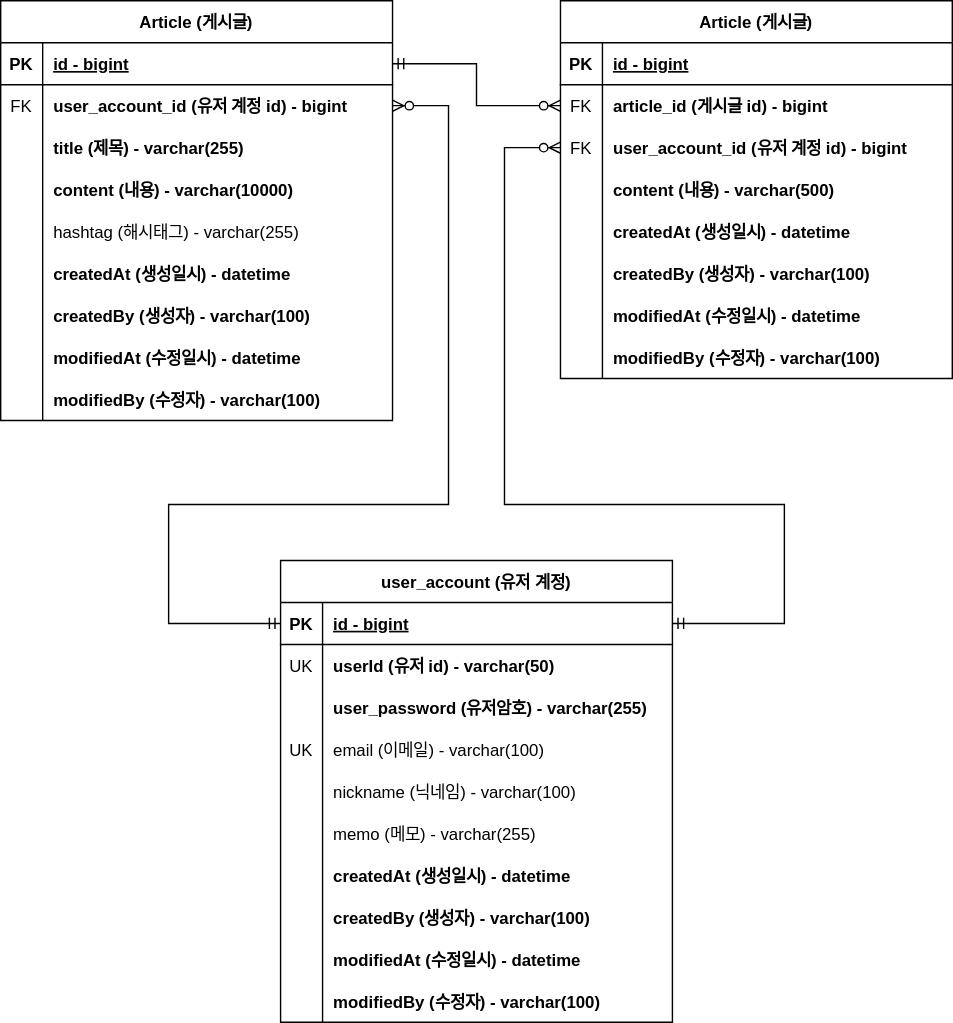
Before: document/project-board-erd.svg, a diagram exported from draw.io (cpwoo/ProjectBoard). Source tidied: cells renumbered, new cells last; positions are measured from the earlier drawing's top-left corner, leaving out a move shared by most shapes.
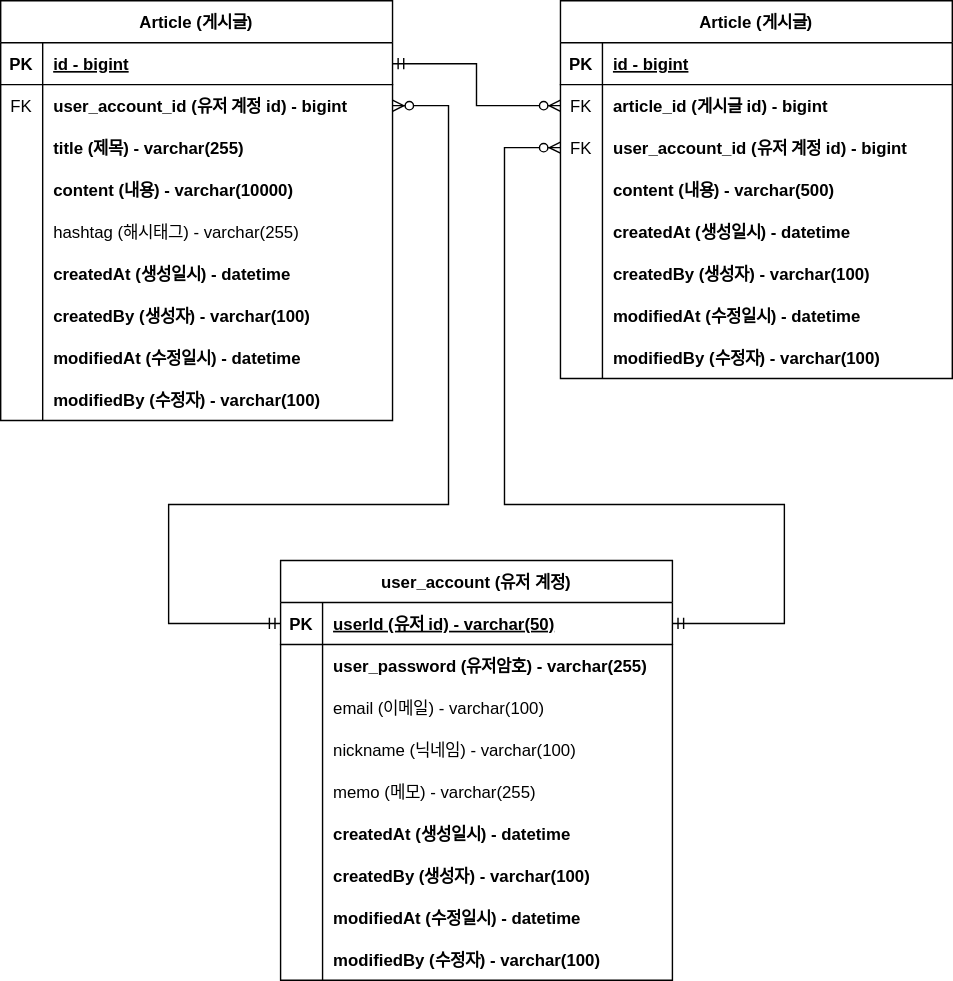
After the change.

Commit message:
#37 - ERD 문서 수정: 회원 계정 user_id 를 PK 로 변경

What changed in the source:
```diff
@@ -162,7 +162,7 @@
       <mxGeometry x="30" width="250" height="30" as="geometry" />
     </mxCell>
     <mxCell id="55" value="user_account (유저 계정)" style="shape=table;startSize=30;rowLines=0;fontStyle=1;align=center;" parent="1" vertex="1">
-      <mxGeometry x="200" y="400" width="280" height="330" as="geometry" />
+      <mxGeometry x="200" y="400" width="280" height="300" as="geometry" />
     </mxCell>
     <mxCell id="56" style="shape=tableRow;horizontal=0;startSize=0;swimlaneHead=0;swimlaneBody=0;fillColor=none;points=[[0,0.5],[1,0.5]];portConstraint=eastwest;top=0;left=0;right=0;bottom=1;" parent="55" vertex="1">
       <mxGeometry y="30" width="280" height="30" as="geometry" />
@@ -170,20 +170,11 @@
     <mxCell id="57" value="PK" style="shape=partialRectangle;fillColor=none;top=0;left=0;bottom=0;right=0;fontStyle=1;overflow=hidden;" parent="56" vertex="1">
       <mxGeometry width="30" height="30" as="geometry" />
     </mxCell>
-    <mxCell id="58" value="id - bigint" style="shape=partialRectangle;fillColor=none;top=0;left=0;bottom=0;right=0;align=left;spacingLeft=6;fontStyle=5;overflow=hidden;" parent="56" vertex="1">
+    <mxCell id="58" value="userId (유저 id) - varchar(50)" style="shape=partialRectangle;fillColor=none;top=0;left=0;bottom=0;right=0;align=left;spacingLeft=6;fontStyle=5;overflow=hidden;" parent="56" vertex="1">
       <mxGeometry x="30" width="250" height="30" as="geometry" />
     </mxCell>
-    <mxCell id="59" style="shape=tableRow;horizontal=0;startSize=0;swimlaneHead=0;swimlaneBody=0;fillColor=none;top=0;left=0;right=0;bottom=0;" parent="55" vertex="1">
-      <mxGeometry y="60" width="280" height="30" as="geometry" />
-    </mxCell>
-    <mxCell id="60" value="UK" style="shape=partialRectangle;fillColor=none;top=0;left=0;bottom=0;right=0;overflow=hidden;" parent="59" vertex="1">
-      <mxGeometry width="30" height="30" as="geometry" />
-    </mxCell>
-    <mxCell id="61" value="userId (유저 id) - varchar(50)" style="shape=partialRectangle;fillColor=none;top=0;left=0;bottom=0;right=0;align=left;spacingLeft=6;overflow=hidden;fontStyle=1;" parent="59" vertex="1">
-      <mxGeometry x="30" width="250" height="30" as="geometry" />
-    </mxCell>
     <mxCell id="62" style="shape=tableRow;horizontal=0;startSize=0;swimlaneHead=0;swimlaneBody=0;fillColor=none;top=0;left=0;right=0;bottom=0;" parent="55" vertex="1">
-      <mxGeometry y="90" width="280" height="30" as="geometry" />
+      <mxGeometry y="60" width="280" height="30" as="geometry" />
     </mxCell>
     <mxCell id="63" style="shape=partialRectangle;fillColor=none;top=0;left=0;bottom=0;right=0;overflow=hidden;" parent="62" vertex="1">
       <mxGeometry width="30" height="30" as="geometry" />
@@ -192,16 +183,16 @@
       <mxGeometry x="30" width="250" height="30" as="geometry" />
     </mxCell>
     <mxCell id="65" style="shape=tableRow;horizontal=0;startSize=0;swimlaneHead=0;swimlaneBody=0;fillColor=none;top=0;left=0;right=0;bottom=0;" parent="55" vertex="1">
-      <mxGeometry y="120" width="280" height="30" as="geometry" />
+      <mxGeometry y="90" width="280" height="30" as="geometry" />
     </mxCell>
-    <mxCell id="66" value="UK" style="shape=partialRectangle;fillColor=none;top=0;left=0;bottom=0;right=0;overflow=hidden;" parent="65" vertex="1">
+    <mxCell id="66" style="shape=partialRectangle;fillColor=none;top=0;left=0;bottom=0;right=0;overflow=hidden;" parent="65" vertex="1">
       <mxGeometry width="30" height="30" as="geometry" />
     </mxCell>
     <mxCell id="67" value="email (이메일) - varchar(100)" style="shape=partialRectangle;fillColor=none;top=0;left=0;bottom=0;right=0;align=left;spacingLeft=6;overflow=hidden;fontStyle=0;" parent="65" vertex="1">
       <mxGeometry x="30" width="250" height="30" as="geometry" />
     </mxCell>
     <mxCell id="68" style="shape=tableRow;horizontal=0;startSize=0;swimlaneHead=0;swimlaneBody=0;fillColor=none;top=0;left=0;right=0;bottom=0;" parent="55" vertex="1">
-      <mxGeometry y="150" width="280" height="30" as="geometry" />
+      <mxGeometry y="120" width="280" height="30" as="geometry" />
     </mxCell>
     <mxCell id="69" style="shape=partialRectangle;fillColor=none;top=0;left=0;bottom=0;right=0;overflow=hidden;" parent="68" vertex="1">
       <mxGeometry width="30" height="30" as="geometry" />
@@ -210,7 +201,7 @@
       <mxGeometry x="30" width="250" height="30" as="geometry" />
     </mxCell>
     <mxCell id="71" style="shape=tableRow;horizontal=0;startSize=0;swimlaneHead=0;swimlaneBody=0;fillColor=none;top=0;left=0;right=0;bottom=0;fontStyle=0;" parent="55" vertex="1">
-      <mxGeometry y="180" width="280" height="30" as="geometry" />
+      <mxGeometry y="150" width="280" height="30" as="geometry" />
     </mxCell>
     <mxCell id="72" style="shape=partialRectangle;fillColor=none;top=0;left=0;bottom=0;right=0;overflow=hidden;" parent="71" vertex="1">
       <mxGeometry width="30" height="30" as="geometry" />
@@ -219,7 +210,7 @@
       <mxGeometry x="30" width="250" height="30" as="geometry" />
     </mxCell>
     <mxCell id="74" style="shape=tableRow;horizontal=0;startSize=0;swimlaneHead=0;swimlaneBody=0;fillColor=none;top=0;left=0;right=0;bottom=0;" parent="55" vertex="1">
-      <mxGeometry y="210" width="280" height="30" as="geometry" />
+      <mxGeometry y="180" width="280" height="30" as="geometry" />
     </mxCell>
     <mxCell id="75" style="shape=partialRectangle;fillColor=none;top=0;left=0;bottom=0;right=0;overflow=hidden;" parent="74" vertex="1">
       <mxGeometry width="30" height="30" as="geometry" />
@@ -228,7 +219,7 @@
       <mxGeometry x="30" width="250" height="30" as="geometry" />
     </mxCell>
     <mxCell id="77" style="shape=tableRow;horizontal=0;startSize=0;swimlaneHead=0;swimlaneBody=0;fillColor=none;top=0;left=0;right=0;bottom=0;" parent="55" vertex="1">
-      <mxGeometry y="240" width="280" height="30" as="geometry" />
+      <mxGeometry y="210" width="280" height="30" as="geometry" />
     </mxCell>
     <mxCell id="78" style="shape=partialRectangle;fillColor=none;top=0;left=0;bottom=0;right=0;overflow=hidden;" parent="77" vertex="1">
       <mxGeometry width="30" height="30" as="geometry" />
@@ -237,7 +228,7 @@
       <mxGeometry x="30" width="250" height="30" as="geometry" />
     </mxCell>
     <mxCell id="80" style="shape=tableRow;horizontal=0;startSize=0;swimlaneHead=0;swimlaneBody=0;fillColor=none;top=0;left=0;right=0;bottom=0;" parent="55" vertex="1">
-      <mxGeometry y="270" width="280" height="30" as="geometry" />
+      <mxGeometry y="240" width="280" height="30" as="geometry" />
     </mxCell>
     <mxCell id="81" style="shape=partialRectangle;fillColor=none;top=0;left=0;bottom=0;right=0;overflow=hidden;" parent="80" vertex="1">
       <mxGeometry width="30" height="30" as="geometry" />
@@ -246,7 +237,7 @@
       <mxGeometry x="30" width="250" height="30" as="geometry" />
     </mxCell>
     <mxCell id="83" style="shape=tableRow;horizontal=0;startSize=0;swimlaneHead=0;swimlaneBody=0;fillColor=none;top=0;left=0;right=0;bottom=0;" parent="55" vertex="1">
-      <mxGeometry y="300" width="280" height="30" as="geometry" />
+      <mxGeometry y="270" width="280" height="30" as="geometry" />
     </mxCell>
     <mxCell id="84" style="shape=partialRectangle;fillColor=none;top=0;left=0;bottom=0;right=0;overflow=hidden;" parent="83" vertex="1">
       <mxGeometry width="30" height="30" as="geometry" />
```
